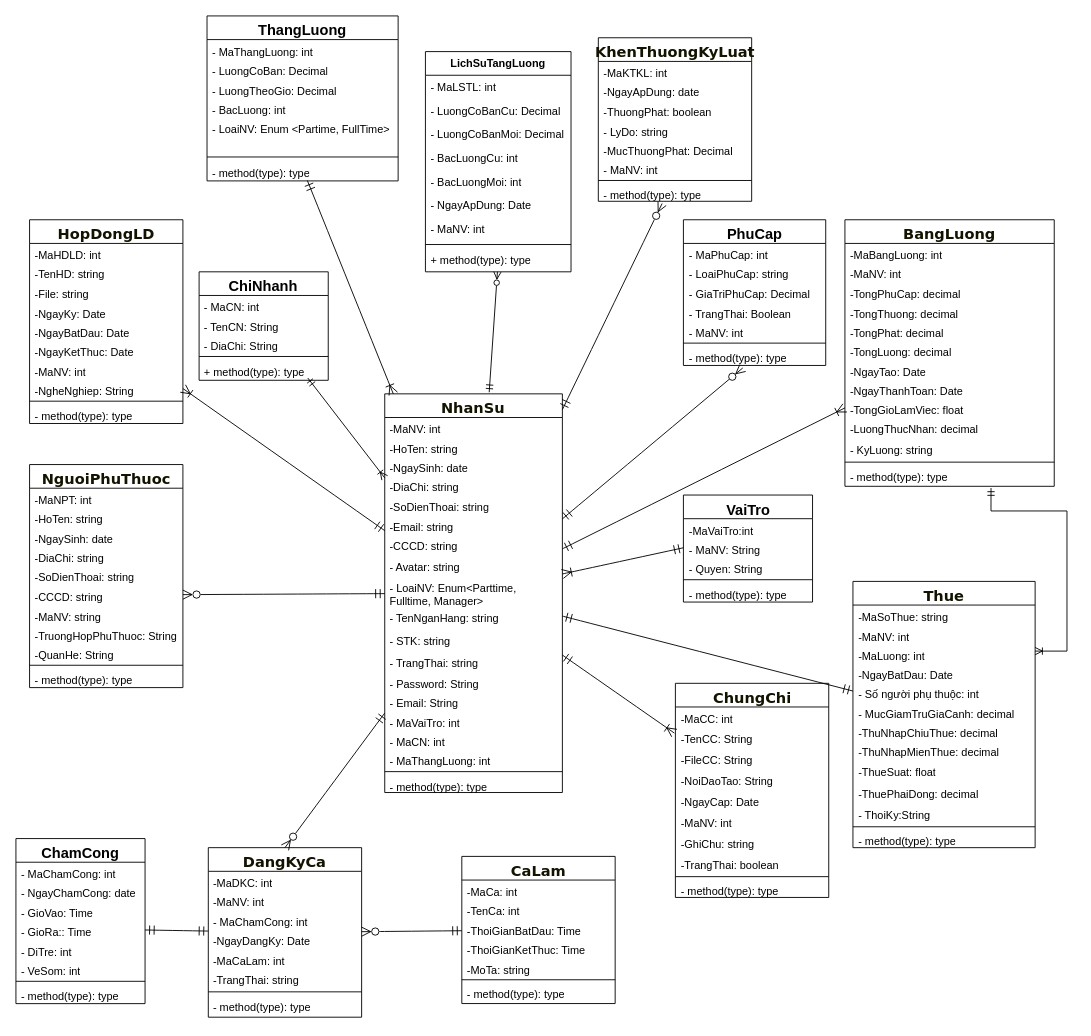
Before: Biểu đồ không có tiêu đề.drawio in NguyenMint/LVTN, a draw.io diagram. Source tidied: cells renumbered, new cells numbered last; positions are measured from the earlier drawing's top-left corner, leaving out a move shared by most shapes. Both pictures are drawn from the tidied source at 91%, with x=0, y=0 at pixel (15, 15).
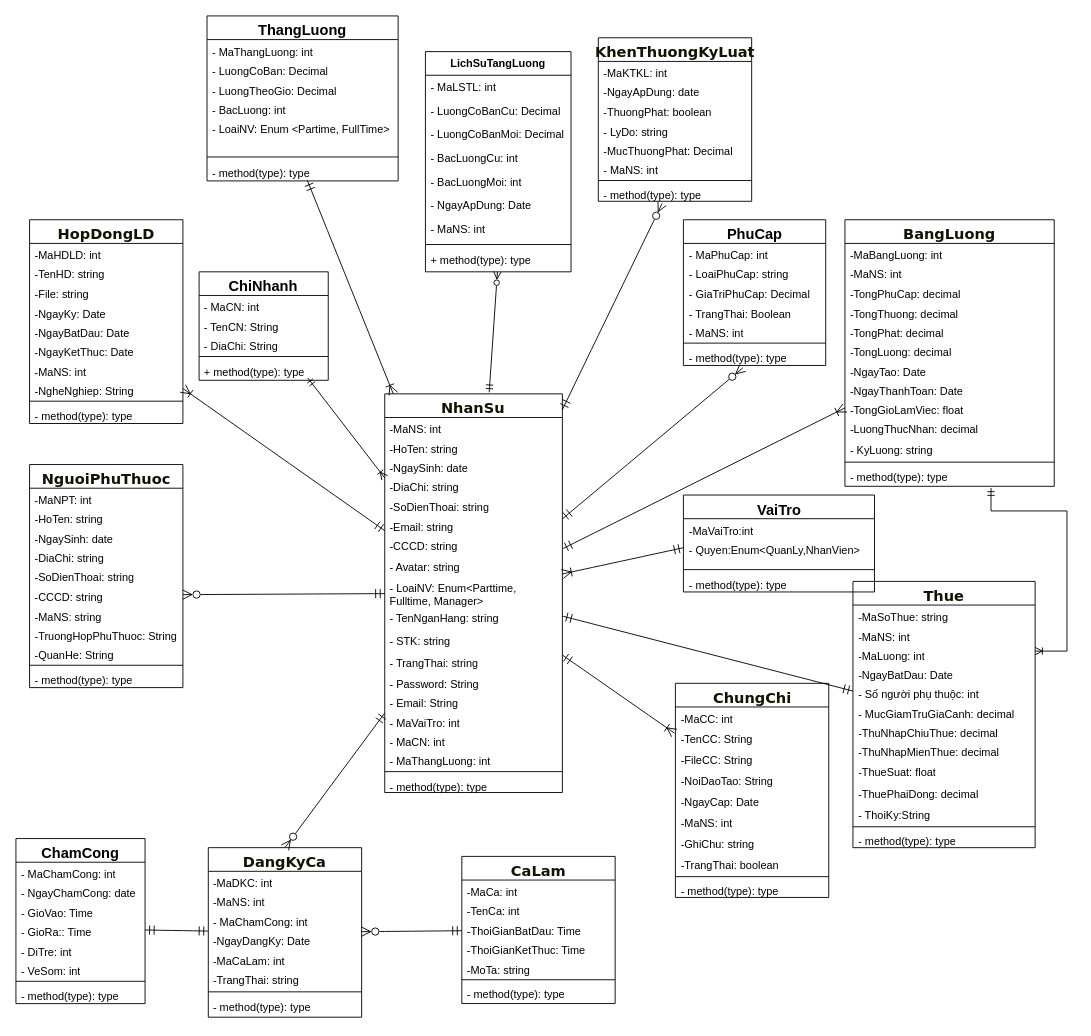
The same page after the edit.

Commit message (it also covers changes not shown here):
Cập nhật Biểu đồ không có tiêu đề.drawio

Unchanged cells that the change refers to:
```xml
<mxCell id="2" value="&lt;span style=&quot;color: rgb(19, 19, 0); font-family: &amp;quot;trebuchet ms&amp;quot;, verdana, arial, sans-serif; font-size: 16px; text-wrap-mode: nowrap;&quot;&gt;NhanSu&lt;/span&gt;" style="swimlane;fontStyle=1;align=center;verticalAlign=top;horizontal=1;startSize=26;whiteSpace=wrap;html=1;swimlaneLine=1;" parent="1" vertex="1">
  <mxGeometry x="405.3" y="415.3" width="195.2" height="438.1" as="geometry" />
</mxCell>
<mxCell id="22" value="&lt;span style=&quot;color: rgb(19, 19, 0); font-family: &amp;quot;trebuchet ms&amp;quot;, verdana, arial, sans-serif; font-size: 16px; text-wrap-mode: nowrap;&quot;&gt;NguoiPhuThuoc&lt;/span&gt;" style="swimlane;fontStyle=1;align=center;verticalAlign=top;horizontal=1;startSize=26;whiteSpace=wrap;html=1;" parent="1" vertex="1">
  <mxGeometry x="15" y="493" width="168.5" height="245.1" as="geometry" />
</mxCell>
<mxCell id="34" value="&lt;span style=&quot;color: rgb(19, 19, 0); font-family: &amp;quot;trebuchet ms&amp;quot;, verdana, arial, sans-serif; font-size: 16px; text-wrap-mode: nowrap;&quot;&gt;HopDongLD&lt;/span&gt;" style="swimlane;fontStyle=1;align=center;verticalAlign=top;horizontal=1;startSize=26;whiteSpace=wrap;html=1;" parent="1" vertex="1">
  <mxGeometry x="15" y="224" width="168.5" height="223.9" as="geometry" />
</mxCell>
<mxCell id="45" value="&lt;font face=&quot;trebuchet ms, verdana, arial, sans-serif&quot; color=&quot;#131300&quot;&gt;&lt;span style=&quot;font-size: 16px; text-wrap-mode: nowrap;&quot;&gt;KhenThuongKyLuat&lt;/span&gt;&lt;/font&gt;" style="swimlane;fontStyle=1;align=center;verticalAlign=top;horizontal=1;startSize=26;whiteSpace=wrap;html=1;" parent="1" vertex="1">
  <mxGeometry x="640" y="24" width="168.5" height="179.7" as="geometry" />
</mxCell>
<mxCell id="54" value="&lt;font style=&quot;font-size: 16px;&quot;&gt;PhuCap&lt;/font&gt;" style="swimlane;fontStyle=1;align=center;verticalAlign=top;horizontal=1;startSize=26;whiteSpace=wrap;html=1;" parent="1" vertex="1">
  <mxGeometry x="733.5" y="224" width="156.4" height="160.1" as="geometry" />
</mxCell>
<mxCell id="70" value="&lt;span style=&quot;color: rgb(19, 19, 0); font-family: &amp;quot;trebuchet ms&amp;quot;, verdana, arial, sans-serif; font-size: 16px; text-wrap-mode: nowrap;&quot;&gt;Thue&lt;/span&gt;" style="swimlane;fontStyle=1;align=center;verticalAlign=top;horizontal=1;startSize=26;whiteSpace=wrap;html=1;" parent="1" vertex="1">
  <mxGeometry x="919.8" y="621.4" width="200.2" height="292.6" as="geometry" />
</mxCell>
<mxCell id="84" value="&lt;span style=&quot;color: rgb(19, 19, 0); font-family: &amp;quot;trebuchet ms&amp;quot;, verdana, arial, sans-serif; font-size: 16px; text-wrap-mode: nowrap;&quot;&gt;ChungChi&lt;/span&gt;&lt;div&gt;&lt;span style=&quot;color: rgb(19, 19, 0); font-family: &amp;quot;trebuchet ms&amp;quot;, verdana, arial, sans-serif; font-size: 16px; text-wrap-mode: nowrap;&quot;&gt;&lt;br&gt;&lt;/span&gt;&lt;/div&gt;" style="swimlane;fontStyle=1;align=center;verticalAlign=top;horizontal=1;startSize=26;whiteSpace=wrap;html=1;" parent="1" vertex="1">
  <mxGeometry x="724.7" y="733.4" width="168.5" height="235.3" as="geometry" />
</mxCell>
<mxCell id="95" value="&lt;span style=&quot;color: rgb(19, 19, 0); font-family: &amp;quot;trebuchet ms&amp;quot;, verdana, arial, sans-serif; font-size: 16px; text-wrap-mode: nowrap;&quot;&gt;DangKyCa&lt;/span&gt;&lt;div&gt;&lt;span style=&quot;color: rgb(19, 19, 0); font-family: &amp;quot;trebuchet ms&amp;quot;, verdana, arial, sans-serif; font-size: 16px; text-wrap-mode: nowrap;&quot;&gt;&lt;br&gt;&lt;/span&gt;&lt;/div&gt;" style="swimlane;fontStyle=1;align=center;verticalAlign=top;horizontal=1;startSize=26;whiteSpace=wrap;html=1;" parent="1" vertex="1">
  <mxGeometry x="211.4" y="914" width="168.5" height="186.3" as="geometry" />
</mxCell>
<mxCell id="112" value="&lt;div&gt;&lt;span style=&quot;color: rgb(19, 19, 0); font-family: &amp;quot;trebuchet ms&amp;quot;, verdana, arial, sans-serif; font-size: 16px; text-wrap-mode: nowrap;&quot;&gt;BangLuong&lt;/span&gt;&lt;/div&gt;&lt;div&gt;&lt;span style=&quot;color: rgb(19, 19, 0); font-family: &amp;quot;trebuchet ms&amp;quot;, verdana, arial, sans-serif; font-size: 16px; text-wrap-mode: nowrap;&quot;&gt;&lt;br&gt;&lt;/span&gt;&lt;/div&gt;" style="swimlane;fontStyle=1;align=center;verticalAlign=top;horizontal=1;startSize=26;whiteSpace=wrap;html=1;" parent="1" vertex="1">
  <mxGeometry x="911" y="224" width="230" height="292.9" as="geometry" />
</mxCell>
<mxCell id="162" value="LichSuTangLuong" style="swimlane;fontStyle=1;align=center;verticalAlign=top;horizontal=1;startSize=26;whiteSpace=wrap;html=1;" parent="1" vertex="1">
  <mxGeometry x="450" y="39.2" width="160" height="242" as="geometry" />
</mxCell>
```

What changed in the source:
```diff
@@
-    <mxCell id="3" value="-MaNV: int" style="text;strokeColor=none;fillColor=none;align=left;verticalAlign=top;spacingLeft=4;spacingRight=4;overflow=hidden;whiteSpace=wrap;html=1;" parent="2" vertex="1">
+    <mxCell id="3" value="-MaNS: int" style="text;strokeColor=none;fillColor=none;align=left;verticalAlign=top;spacingLeft=4;spacingRight=4;overflow=hidden;whiteSpace=wrap;html=1;" parent="2" vertex="1">
       <mxGeometry y="26" width="195.2" height="21.3" as="geometry" />
     </mxCell>
@@
-    <mxCell id="29" value="-MaNV: string&lt;div&gt;&lt;br&gt;&lt;/div&gt;" style="text;strokeColor=none;fillColor=none;align=left;verticalAlign=top;spacingLeft=4;spacingRight=4;overflow=hidden;whiteSpace=wrap;html=1;" parent="22" vertex="1">
+    <mxCell id="29" value="-MaNS: string&lt;div&gt;&lt;br&gt;&lt;/div&gt;" style="text;strokeColor=none;fillColor=none;align=left;verticalAlign=top;spacingLeft=4;spacingRight=4;overflow=hidden;whiteSpace=wrap;html=1;" parent="22" vertex="1">
       <mxGeometry y="153.6" width="168.5" height="21.3" as="geometry" />
     </mxCell>
@@
-    <mxCell id="41" value="-MaNV: int" style="text;strokeColor=none;fillColor=none;align=left;verticalAlign=top;spacingLeft=4;spacingRight=4;overflow=hidden;whiteSpace=wrap;html=1;" parent="34" vertex="1">
+    <mxCell id="41" value="-MaNS: int" style="text;strokeColor=none;fillColor=none;align=left;verticalAlign=top;spacingLeft=4;spacingRight=4;overflow=hidden;whiteSpace=wrap;html=1;" parent="34" vertex="1">
       <mxGeometry y="153.6" width="168.5" height="21.3" as="geometry" />
     </mxCell>
@@
-    <mxCell id="51" value="- MaNV: int" style="text;strokeColor=none;fillColor=none;align=left;verticalAlign=top;spacingLeft=4;spacingRight=4;overflow=hidden;whiteSpace=wrap;html=1;" parent="45" vertex="1">
+    <mxCell id="51" value="- MaNS: int" style="text;strokeColor=none;fillColor=none;align=left;verticalAlign=top;spacingLeft=4;spacingRight=4;overflow=hidden;whiteSpace=wrap;html=1;" parent="45" vertex="1">
       <mxGeometry y="132.3" width="168.5" height="21.3" as="geometry" />
     </mxCell>
@@
-    <mxCell id="59" value="- MaNV: int" style="text;strokeColor=none;fillColor=none;align=left;verticalAlign=top;spacingLeft=4;spacingRight=4;overflow=hidden;whiteSpace=wrap;html=1;" parent="54" vertex="1">
+    <mxCell id="59" value="- MaNS: int" style="text;strokeColor=none;fillColor=none;align=left;verticalAlign=top;spacingLeft=4;spacingRight=4;overflow=hidden;whiteSpace=wrap;html=1;" parent="54" vertex="1">
       <mxGeometry y="111" width="156.4" height="21.3" as="geometry" />
     </mxCell>
@@
-    <mxCell id="72" value="-MaNV: int" style="text;strokeColor=none;fillColor=none;align=left;verticalAlign=top;spacingLeft=4;spacingRight=4;overflow=hidden;whiteSpace=wrap;html=1;" parent="70" vertex="1">
+    <mxCell id="72" value="-MaNS: int" style="text;strokeColor=none;fillColor=none;align=left;verticalAlign=top;spacingLeft=4;spacingRight=4;overflow=hidden;whiteSpace=wrap;html=1;" parent="70" vertex="1">
       <mxGeometry y="47.3" width="200.2" height="21.3" as="geometry" />
     </mxCell>
@@
-    <mxCell id="90" value="-MaNV: int" style="text;strokeColor=none;fillColor=none;align=left;verticalAlign=top;spacingLeft=4;spacingRight=4;overflow=hidden;whiteSpace=wrap;html=1;" parent="84" vertex="1">
+    <mxCell id="90" value="-MaNS: int" style="text;strokeColor=none;fillColor=none;align=left;verticalAlign=top;spacingLeft=4;spacingRight=4;overflow=hidden;whiteSpace=wrap;html=1;" parent="84" vertex="1">
       <mxGeometry y="140.5" width="168.5" height="22.9" as="geometry" />
     </mxCell>
@@
-    <mxCell id="97" value="-MaNV: int" style="text;strokeColor=none;fillColor=none;align=left;verticalAlign=top;spacingLeft=4;spacingRight=4;overflow=hidden;whiteSpace=wrap;html=1;" parent="95" vertex="1">
+    <mxCell id="97" value="-MaNS: int" style="text;strokeColor=none;fillColor=none;align=left;verticalAlign=top;spacingLeft=4;spacingRight=4;overflow=hidden;whiteSpace=wrap;html=1;" parent="95" vertex="1">
       <mxGeometry y="47.3" width="168.5" height="21.3" as="geometry" />
     </mxCell>
@@
-    <mxCell id="114" value="-MaNV: int" style="text;strokeColor=none;fillColor=none;align=left;verticalAlign=top;spacingLeft=4;spacingRight=4;overflow=hidden;whiteSpace=wrap;html=1;" parent="112" vertex="1">
+    <mxCell id="114" value="-MaNS: int" style="text;strokeColor=none;fillColor=none;align=left;verticalAlign=top;spacingLeft=4;spacingRight=4;overflow=hidden;whiteSpace=wrap;html=1;" parent="112" vertex="1">
       <mxGeometry y="47.3" width="230" height="21.3" as="geometry" />
     </mxCell>
@@
     <mxCell id="135" value="&lt;font style=&quot;font-size: 16px;&quot;&gt;VaiTro&lt;/font&gt;" style="swimlane;fontStyle=1;align=center;verticalAlign=top;horizontal=1;startSize=26;whiteSpace=wrap;html=1;" parent="1" vertex="1">
-      <mxGeometry x="733.5" y="526.5" width="141.9" height="117.6" as="geometry" />
+      <mxGeometry x="733.5" y="526.5" width="210" height="106.5" as="geometry" />
     </mxCell>
     <mxCell id="136" value="-MaVaiTro:int" style="text;strokeColor=none;fillColor=none;align=left;verticalAlign=top;spacingLeft=4;spacingRight=4;overflow=hidden;whiteSpace=wrap;html=1;" parent="135" vertex="1">
-      <mxGeometry y="26" width="141.9" height="21.3" as="geometry" />
+      <mxGeometry y="26" width="210" height="21.3" as="geometry" />
     </mxCell>
-    <mxCell id="137" value="- MaNV: String" style="text;strokeColor=none;fillColor=none;align=left;verticalAlign=top;spacingLeft=4;spacingRight=4;overflow=hidden;points=[[0,0.5],[1,0.5]];portConstraint=eastwest;whiteSpace=wrap;html=1;" parent="135" vertex="1">
-      <mxGeometry y="47.3" width="141.9" height="21.3" as="geometry" />
-    </mxCell>
-    <mxCell id="138" value="- Quyen: String" style="text;strokeColor=none;fillColor=none;align=left;verticalAlign=top;spacingLeft=4;spacingRight=4;overflow=hidden;whiteSpace=wrap;html=1;" parent="135" vertex="1">
-      <mxGeometry y="68.5" width="141.9" height="21.3" as="geometry" />
+    <mxCell id="138" value="- Quyen:Enum&amp;lt;QuanLy,NhanVien&amp;gt;" style="text;strokeColor=none;fillColor=none;align=left;verticalAlign=top;spacingLeft=4;spacingRight=4;overflow=hidden;whiteSpace=wrap;html=1;" parent="135" vertex="1">
+      <mxGeometry y="47.3" width="210" height="31.5" as="geometry" />
     </mxCell>
     <mxCell id="139" style="line;strokeWidth=1;fillColor=none;align=left;verticalAlign=middle;spacingTop=-1;spacingLeft=3;spacingRight=3;labelPosition=right;strokeColor=inherit;" parent="135" vertex="1">
-      <mxGeometry y="89.8" width="141.9" height="6.5" as="geometry" />
+      <mxGeometry y="78.7" width="210" height="6.5" as="geometry" />
     </mxCell>
     <mxCell id="140" value="- method(type): type" style="text;strokeColor=none;fillColor=none;align=left;verticalAlign=top;spacingLeft=4;spacingRight=4;overflow=hidden;whiteSpace=wrap;html=1;" parent="135" vertex="1">
-      <mxGeometry y="96.3" width="141.9" height="21.3" as="geometry" />
+      <mxGeometry y="85.3" width="210" height="21.3" as="geometry" />
     </mxCell>
@@
-    <mxCell id="159" style="edgeStyle=none;curved=1;rounded=0;jettySize=auto;html=1;entryX=0;entryY=0.5;entryDx=0;entryDy=0;fontSize=12;startSize=8;endSize=8;endArrow=ERmandOne;endFill=0;startArrow=ERoneToMany;startFill=0;" parent="1" edge="1" source="2" target="137">
-      <mxGeometry relative="1" as="geometry" />
+    <mxCell id="159" style="edgeStyle=none;curved=1;rounded=0;jettySize=auto;html=1;entryX=0;entryY=0.5;entryDx=0;entryDy=0;fontSize=12;startSize=8;endSize=8;endArrow=ERmandOne;endFill=0;startArrow=ERoneToMany;startFill=0;" parent="1" edge="1" source="2">
+      <mxGeometry relative="1" as="geometry">
+        <mxPoint x="733.5" y="584.4" as="targetPoint" />
+      </mxGeometry>
     </mxCell>
@@
-    <mxCell id="169" value="- MaNV: int" style="text;strokeColor=none;fillColor=none;align=left;verticalAlign=top;spacingLeft=4;spacingRight=4;overflow=hidden;whiteSpace=wrap;html=1;" parent="162" vertex="1">
+    <mxCell id="169" value="- MaNS: int" style="text;strokeColor=none;fillColor=none;align=left;verticalAlign=top;spacingLeft=4;spacingRight=4;overflow=hidden;whiteSpace=wrap;html=1;" parent="162" vertex="1">
       <mxGeometry y="182" width="160" height="26" as="geometry" />
     </mxCell>
```
